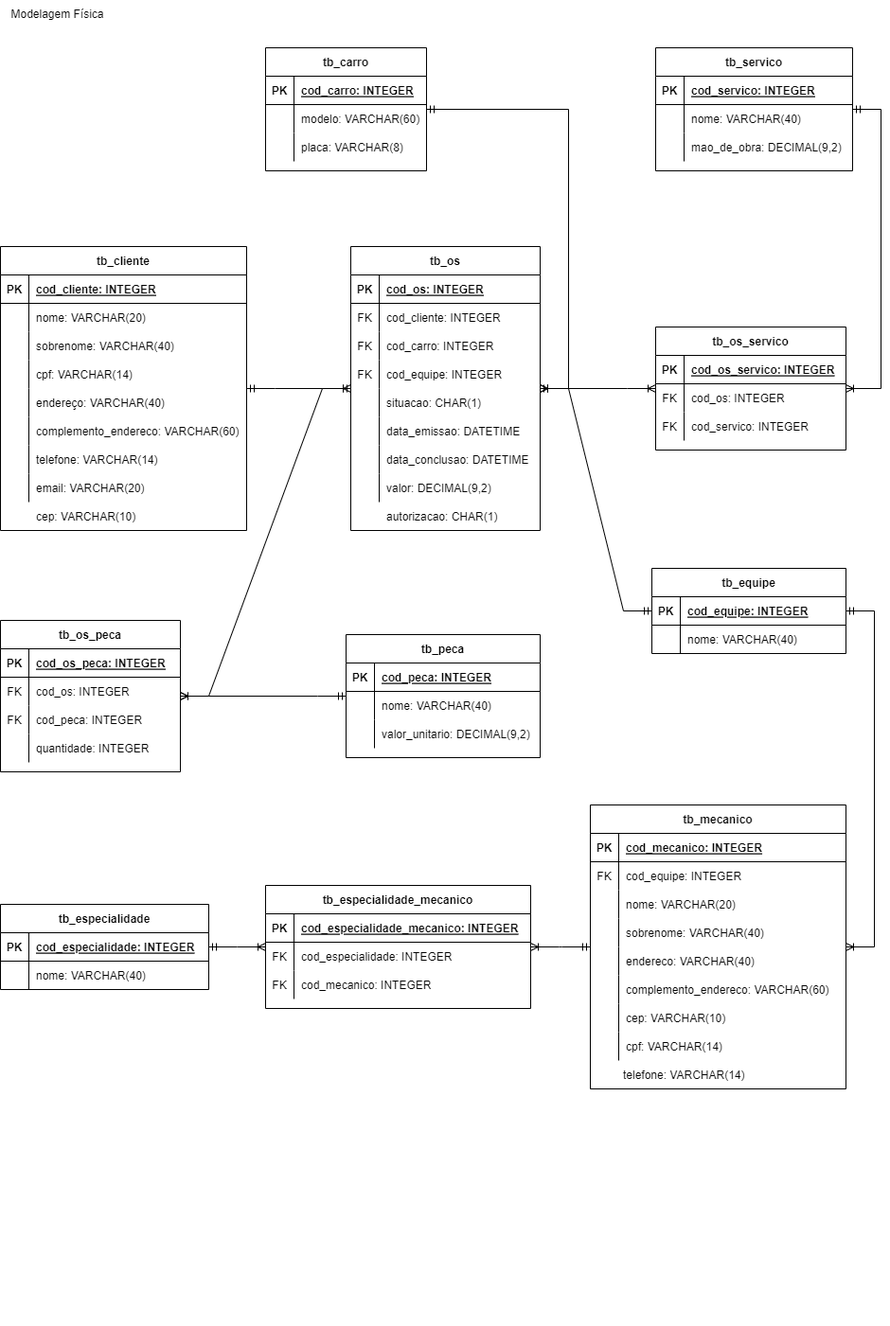
Before: Banco de Dados/Projeto/Fluxogramas/Modelo Físico.png, a diagram exported from draw.io (Texugo-928/ADA). Source tidied: cells renumbered, new cells last; positions are measured from the earlier drawing's top-left corner, leaving out a move shared by most shapes.
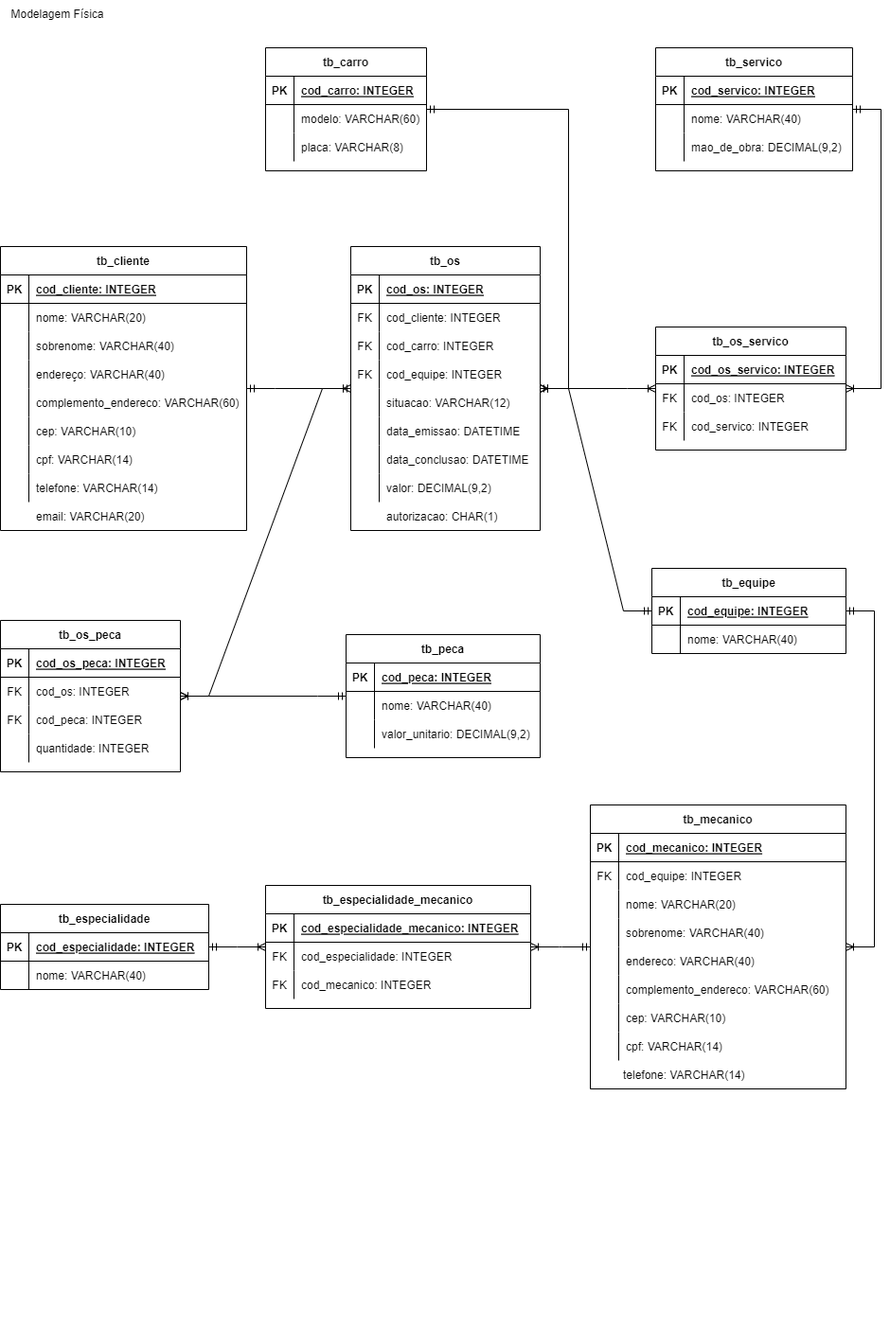
Later version of the same file.

What changed in the source:
```diff
@@ -41,7 +41,7 @@
     <mxCell id="14" style="shape=partialRectangle;fillColor=none;top=0;left=0;bottom=0;right=0;overflow=hidden;" parent="13" vertex="1">
       <mxGeometry width="30" height="30" as="geometry" />
     </mxCell>
-    <mxCell id="15" value="cpf: VARCHAR(14)" style="shape=partialRectangle;fillColor=none;top=0;left=0;bottom=0;right=0;align=left;spacingLeft=6;overflow=hidden;" parent="13" vertex="1">
+    <mxCell id="15" value="endereço: VARCHAR(40)" style="shape=partialRectangle;fillColor=none;top=0;left=0;bottom=0;right=0;align=left;spacingLeft=6;overflow=hidden;" parent="13" vertex="1">
       <mxGeometry x="30" width="230" height="30" as="geometry" />
     </mxCell>
     <mxCell id="16" style="shape=tableRow;horizontal=0;startSize=0;swimlaneHead=0;swimlaneBody=0;fillColor=none;top=0;left=0;right=0;bottom=0;" parent="3" vertex="1">
@@ -50,7 +50,7 @@
     <mxCell id="17" style="shape=partialRectangle;fillColor=none;top=0;left=0;bottom=0;right=0;overflow=hidden;" parent="16" vertex="1">
       <mxGeometry width="30" height="30" as="geometry" />
     </mxCell>
-    <mxCell id="18" value="endereço: VARCHAR(40)" style="shape=partialRectangle;fillColor=none;top=0;left=0;bottom=0;right=0;align=left;spacingLeft=6;overflow=hidden;" parent="16" vertex="1">
+    <mxCell id="18" value="complemento_endereco: VARCHAR(60)" style="shape=partialRectangle;fillColor=none;top=0;left=0;bottom=0;right=0;align=left;spacingLeft=6;overflow=hidden;" parent="16" vertex="1">
       <mxGeometry x="30" width="230" height="30" as="geometry" />
     </mxCell>
     <mxCell id="19" style="shape=tableRow;horizontal=0;startSize=0;swimlaneHead=0;swimlaneBody=0;fillColor=none;top=0;left=0;right=0;bottom=0;" parent="3" vertex="1">
@@ -59,7 +59,7 @@
     <mxCell id="20" style="shape=partialRectangle;fillColor=none;top=0;left=0;bottom=0;right=0;overflow=hidden;" parent="19" vertex="1">
       <mxGeometry width="30" height="30" as="geometry" />
     </mxCell>
-    <mxCell id="21" value="complemento_endereco: VARCHAR(60)" style="shape=partialRectangle;fillColor=none;top=0;left=0;bottom=0;right=0;align=left;spacingLeft=6;overflow=hidden;" parent="19" vertex="1">
+    <mxCell id="21" value="cep: VARCHAR(10)" style="shape=partialRectangle;fillColor=none;top=0;left=0;bottom=0;right=0;align=left;spacingLeft=6;overflow=hidden;" parent="19" vertex="1">
       <mxGeometry x="30" width="230" height="30" as="geometry" />
     </mxCell>
     <mxCell id="22" style="shape=tableRow;horizontal=0;startSize=0;swimlaneHead=0;swimlaneBody=0;fillColor=none;top=0;left=0;right=0;bottom=0;" parent="3" vertex="1">
@@ -68,7 +68,7 @@
     <mxCell id="23" style="shape=partialRectangle;fillColor=none;top=0;left=0;bottom=0;right=0;overflow=hidden;" parent="22" vertex="1">
       <mxGeometry width="30" height="30" as="geometry" />
     </mxCell>
-    <mxCell id="24" value="telefone: VARCHAR(14)" style="shape=partialRectangle;fillColor=none;top=0;left=0;bottom=0;right=0;align=left;spacingLeft=6;overflow=hidden;" parent="22" vertex="1">
+    <mxCell id="24" value="cpf: VARCHAR(14)" style="shape=partialRectangle;fillColor=none;top=0;left=0;bottom=0;right=0;align=left;spacingLeft=6;overflow=hidden;" parent="22" vertex="1">
       <mxGeometry x="30" width="230" height="30" as="geometry" />
     </mxCell>
     <mxCell id="25" style="shape=tableRow;horizontal=0;startSize=0;swimlaneHead=0;swimlaneBody=0;fillColor=none;top=0;left=0;right=0;bottom=0;" parent="3" vertex="1">
@@ -77,7 +77,7 @@
     <mxCell id="26" style="shape=partialRectangle;fillColor=none;top=0;left=0;bottom=0;right=0;overflow=hidden;" parent="25" vertex="1">
       <mxGeometry width="30" height="30" as="geometry" />
     </mxCell>
-    <mxCell id="27" value="email: VARCHAR(20)" style="shape=partialRectangle;fillColor=none;top=0;left=0;bottom=0;right=0;align=left;spacingLeft=6;overflow=hidden;" parent="25" vertex="1">
+    <mxCell id="27" value="telefone: VARCHAR(14)" style="shape=partialRectangle;fillColor=none;top=0;left=0;bottom=0;right=0;align=left;spacingLeft=6;overflow=hidden;" parent="25" vertex="1">
       <mxGeometry x="30" width="230" height="30" as="geometry" />
     </mxCell>
     <mxCell id="28" value="tb_carro" style="shape=table;startSize=30;rowLines=0;fontStyle=1;align=center;" parent="1" vertex="1">
@@ -287,7 +287,7 @@
     <mxCell id="96" style="shape=partialRectangle;fillColor=none;top=0;left=0;bottom=0;right=0;overflow=hidden;" parent="95" vertex="1">
       <mxGeometry width="30" height="30" as="geometry" />
     </mxCell>
-    <mxCell id="97" value="situacao: CHAR(1)" style="shape=partialRectangle;fillColor=none;top=0;left=0;bottom=0;right=0;align=left;spacingLeft=6;overflow=hidden;" parent="95" vertex="1">
+    <mxCell id="97" value="situacao: VARCHAR(12)" style="shape=partialRectangle;fillColor=none;top=0;left=0;bottom=0;right=0;align=left;spacingLeft=6;overflow=hidden;" parent="95" vertex="1">
       <mxGeometry x="30" width="170" height="30" as="geometry" />
     </mxCell>
     <mxCell id="98" style="shape=tableRow;horizontal=0;startSize=0;swimlaneHead=0;swimlaneBody=0;fillColor=none;top=0;left=0;right=0;bottom=0;" parent="82" vertex="1">
@@ -509,7 +509,7 @@
     <mxCell id="170" value="telefone: VARCHAR(14)" style="shape=partialRectangle;fillColor=none;top=0;left=0;bottom=0;right=0;align=left;spacingLeft=6;overflow=hidden;" parent="1" vertex="1">
       <mxGeometry x="650" y="1120" width="240" height="30" as="geometry" />
     </mxCell>
-    <mxCell id="171" value="cep: VARCHAR(10)" style="shape=partialRectangle;fillColor=none;top=0;left=0;bottom=0;right=0;align=left;spacingLeft=6;overflow=hidden;" parent="1" vertex="1">
+    <mxCell id="171" value="email: VARCHAR(20)" style="shape=partialRectangle;fillColor=none;top=0;left=0;bottom=0;right=0;align=left;spacingLeft=6;overflow=hidden;" parent="1" vertex="1">
       <mxGeometry x="30" y="530" width="230" height="30" as="geometry" />
     </mxCell>
   </root>
```
